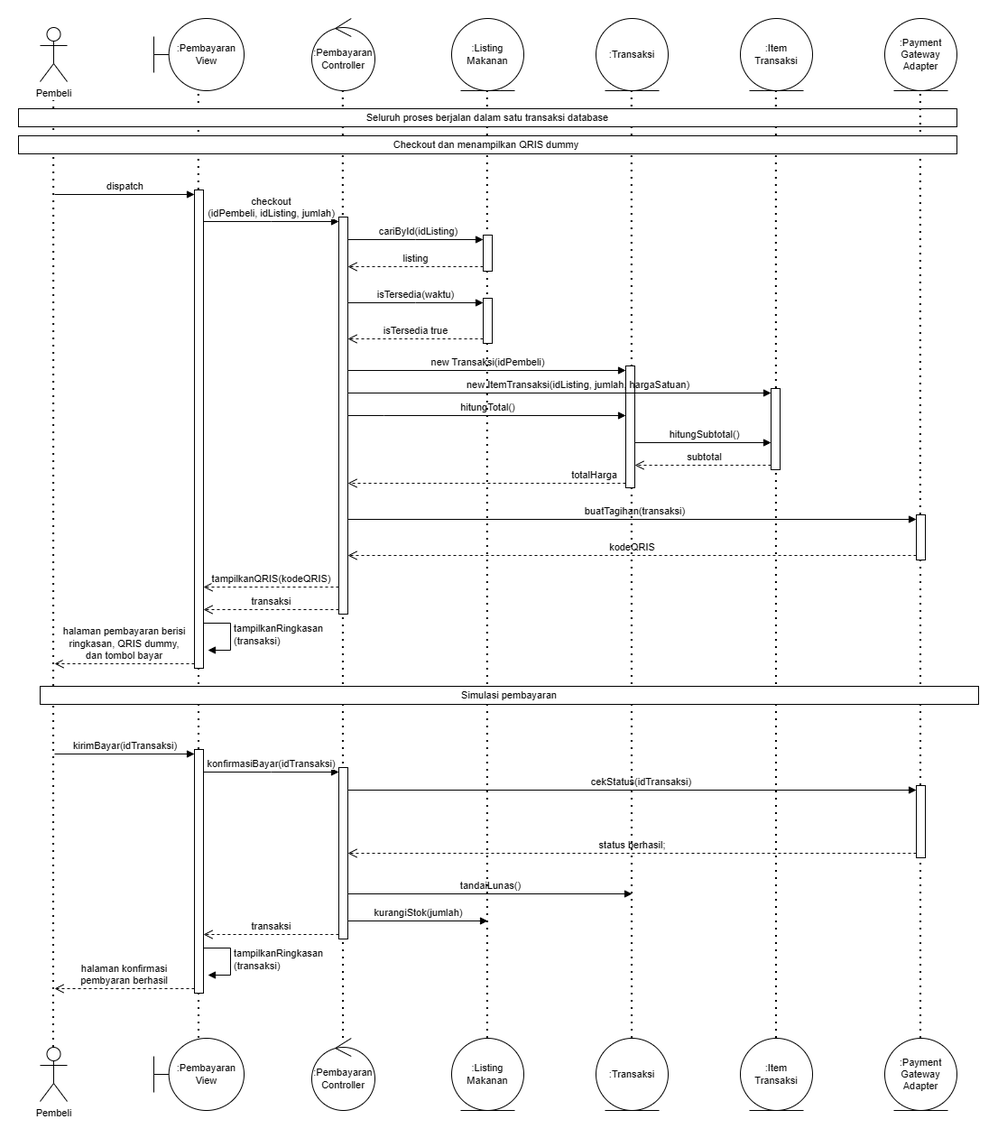
Above: docs/M7/assets/diagram/sequence/sd-uc05-normal.png in ghinayantes/IF2150-RPL-K02-G06 (draw.io), before the change. Source tidied: cells renumbered, new cells last; positions are measured from the earlier drawing's top-left corner, leaving out a move shared by most shapes.
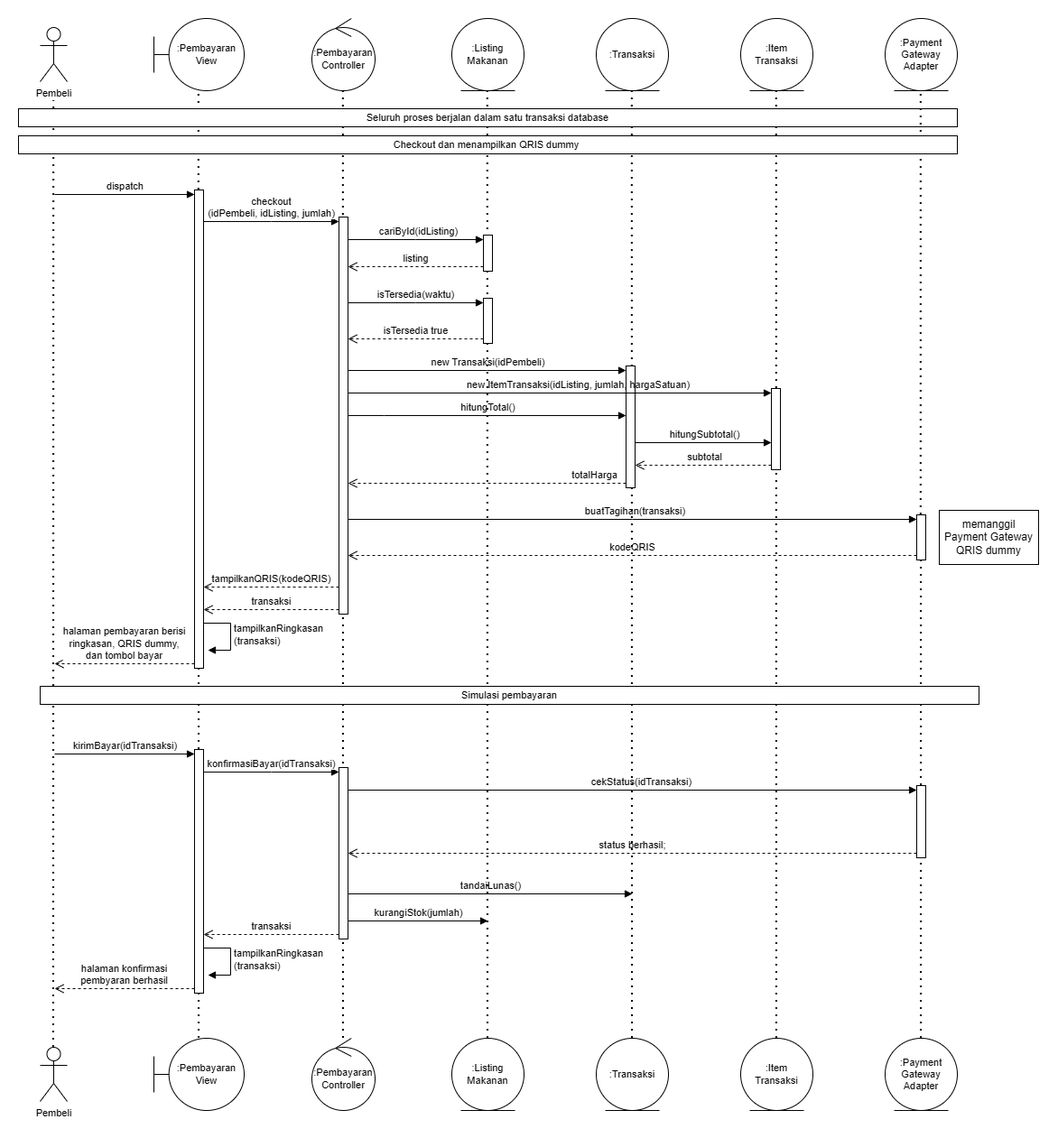
After the commit.

Commit message:
docs: add sequence diagram 3.5.2

Diff of the diagram source:
```diff
@@ -309,5 +309,8 @@
     <mxCell id="64" value=":Payment&lt;br&gt;Gateway&lt;br&gt;Adapter" style="ellipse;shape=umlEntity;whiteSpace=wrap;html=1;labelBackgroundColor=none;rounded=0;fontSize=11;" parent="1" vertex="1">
       <mxGeometry x="960" y="1130" width="80" height="80" as="geometry" />
     </mxCell>
+    <mxCell id="65" value="memanggil Payment Gateway QRIS dummy" style="rounded=0;whiteSpace=wrap;html=1;" parent="1" vertex="1">
+      <mxGeometry x="1020" y="545" width="110" height="60" as="geometry" />
+    </mxCell>
   </root>
 </mxGraphModel>
```
